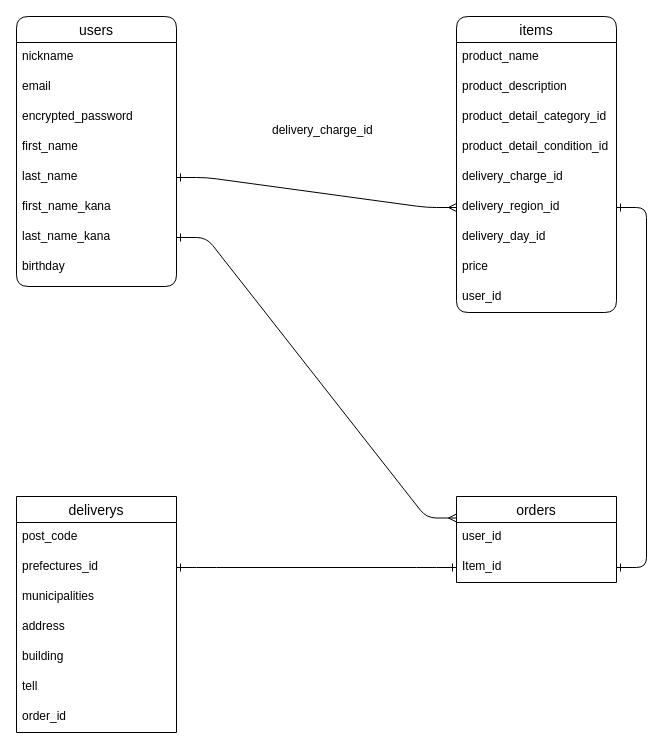
ssdtsk/furima-39334 keeps this draw.io diagram as ER.dio. Above is the earlier version. Source tidied: cells renumbered, new cells numbered last; positions are measured from the earlier drawing's top-left corner, leaving out a move shared by most shapes. Both pictures are drawn from the tidied source at 100%, with x=0, y=0 at pixel (16, 16).
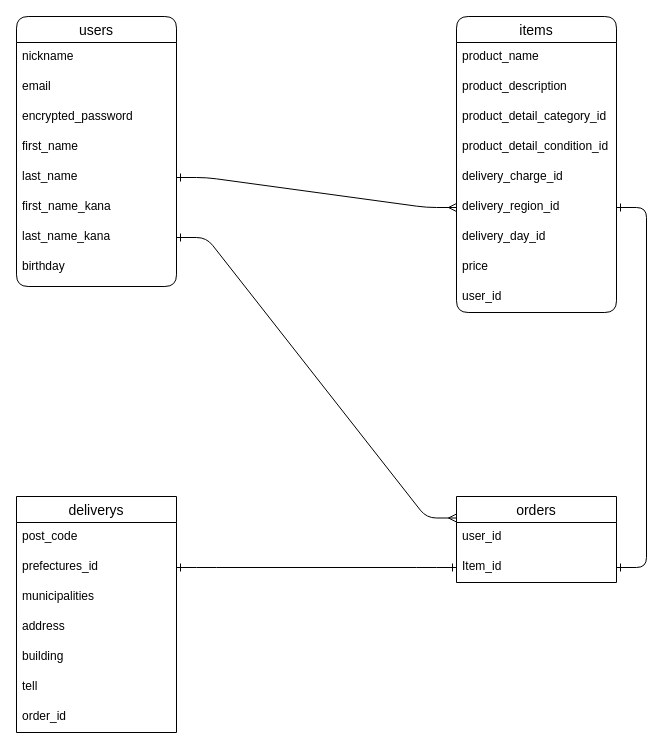
After the change.

Diff of the diagram source:
```diff
@@
-    <mxCell id="36" value="delivery_charge_id" style="text;strokeColor=none;fillColor=none;spacingLeft=4;spacingRight=4;overflow=hidden;fontSize=12;rounded=1;" parent="1" vertex="1">
-      <mxGeometry x="250" y="100" width="160" height="30" as="geometry" />
-    </mxCell>
```
